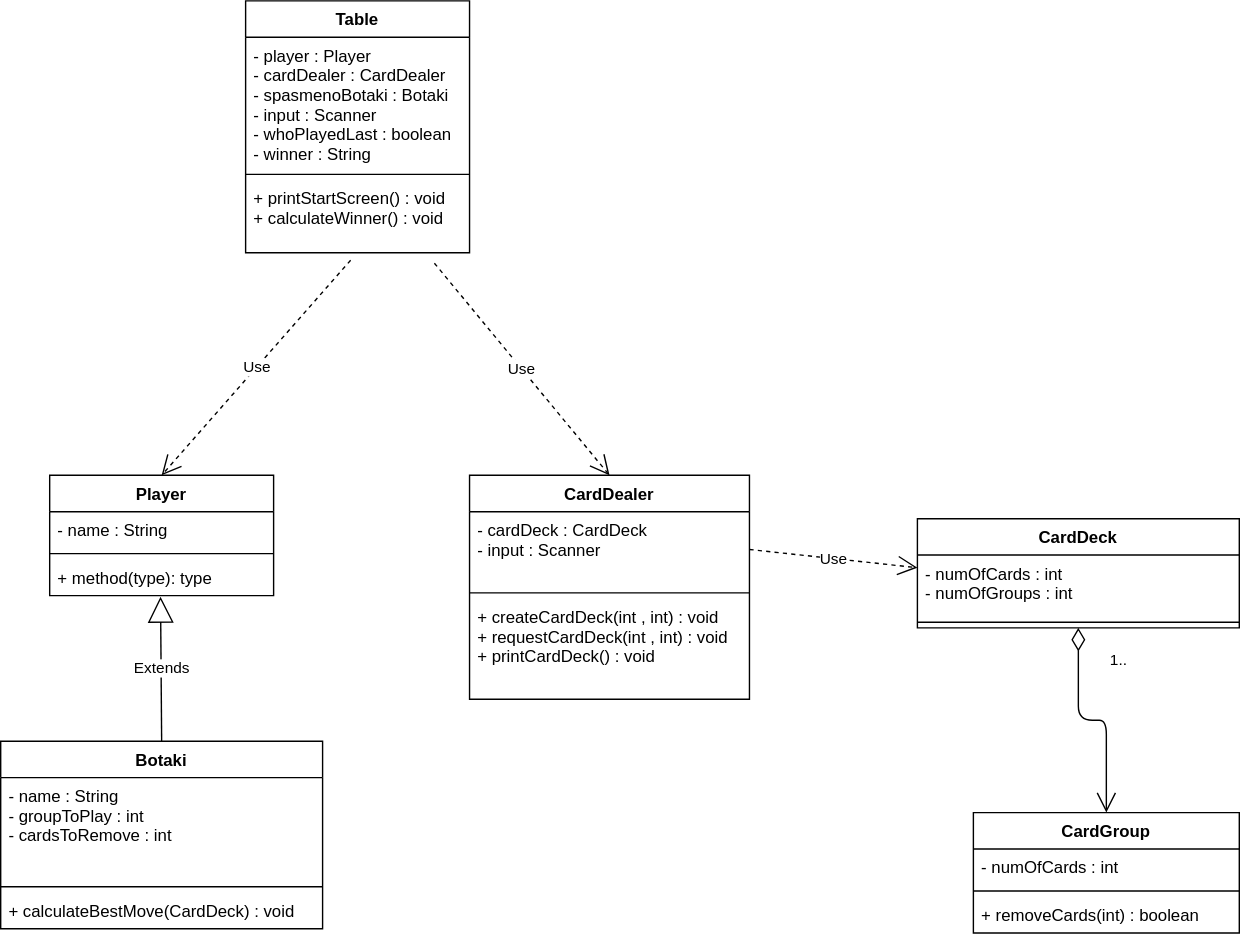
Earlier version of the draw.io export ask2/ask2.drawio.svg (philipAthanasopoulos/Card-io). Source tidied: cells renumbered, new cells last; positions are measured from the earlier drawing's top-left corner, leaving out a move shared by most shapes.
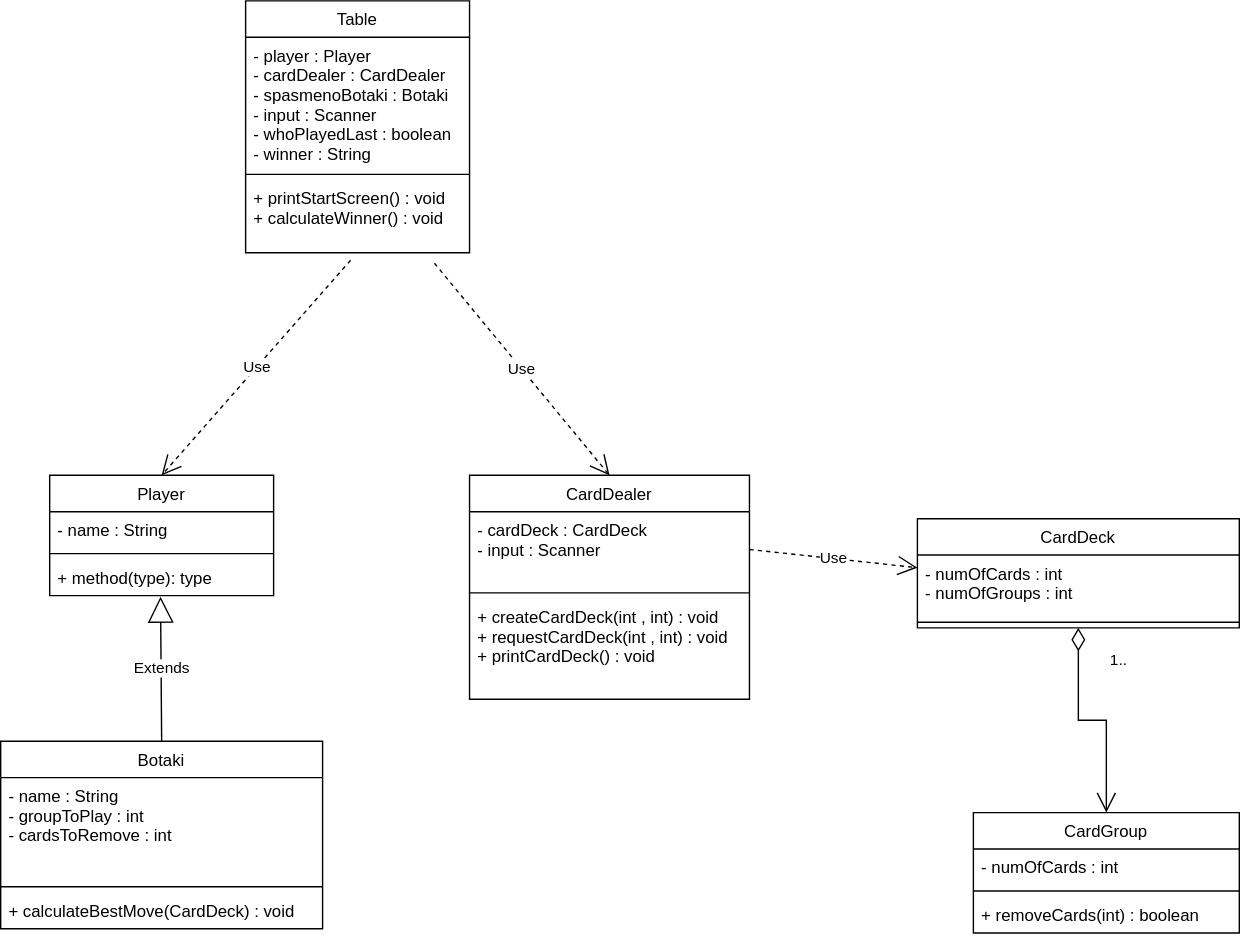
The same file after the commit.

The edit, as a diff of the source:
```diff
@@ -2,88 +2,88 @@
   <root>
     <mxCell id="0" />
     <mxCell id="1" parent="0" />
-    <mxCell id="2" value="Player" style="swimlane;fontStyle=1;align=center;verticalAlign=top;horizontal=1;startSize=26;" parent="1" vertex="1">
+    <mxCell id="2" value="Player" style="swimlane;fontStyle=0;align=center;verticalAlign=top;horizontal=1;startSize=26;rounded=0;" parent="1" vertex="1">
       <mxGeometry x="35" y="339" width="160" height="86" as="geometry" />
     </mxCell>
-    <mxCell id="3" value="- name : String" style="text;strokeColor=none;fillColor=none;align=left;verticalAlign=top;spacingLeft=4;spacingRight=4;overflow=hidden;" parent="2" vertex="1">
+    <mxCell id="3" value="- name : String" style="text;align=left;verticalAlign=top;spacingLeft=4;spacingRight=4;overflow=hidden;rounded=0;fontStyle=0;" parent="2" vertex="1">
       <mxGeometry y="26" width="160" height="26" as="geometry" />
     </mxCell>
-    <mxCell id="4" style="line;strokeWidth=1;fillColor=none;align=left;verticalAlign=middle;spacingTop=-1;spacingLeft=3;spacingRight=3;labelPosition=right;strokeColor=inherit;" parent="2" vertex="1">
+    <mxCell id="4" style="line;strokeWidth=1;align=left;verticalAlign=middle;spacingTop=-1;spacingLeft=3;spacingRight=3;labelPosition=right;rounded=0;fontStyle=0;" parent="2" vertex="1">
       <mxGeometry y="52" width="160" height="8" as="geometry" />
     </mxCell>
-    <mxCell id="5" value="+ method(type): type" style="text;strokeColor=none;fillColor=none;align=left;verticalAlign=top;spacingLeft=4;spacingRight=4;overflow=hidden;points=[[0,0.5],[1,0.5]];portConstraint=eastwest;" parent="2" vertex="1">
+    <mxCell id="5" value="+ method(type): type" style="text;align=left;verticalAlign=top;spacingLeft=4;spacingRight=4;overflow=hidden;points=[[0,0.5],[1,0.5]];portConstraint=eastwest;rounded=0;fontStyle=0;" parent="2" vertex="1">
       <mxGeometry y="60" width="160" height="26" as="geometry" />
     </mxCell>
-    <mxCell id="6" value="Botaki" style="swimlane;fontStyle=1;align=center;verticalAlign=top;horizontal=1;startSize=26;" parent="1" vertex="1">
+    <mxCell id="6" value="Botaki" style="swimlane;fontStyle=0;align=center;verticalAlign=top;horizontal=1;startSize=26;rounded=0;" parent="1" vertex="1">
       <mxGeometry y="529" width="230" height="134" as="geometry" />
     </mxCell>
-    <mxCell id="7" value="- name : String&#10;- groupToPlay : int&#10;- cardsToRemove : int" style="text;strokeColor=none;fillColor=none;align=left;verticalAlign=top;spacingLeft=4;spacingRight=4;overflow=hidden;" parent="6" vertex="1">
+    <mxCell id="7" value="- name : String&#10;- groupToPlay : int&#10;- cardsToRemove : int" style="text;align=left;verticalAlign=top;spacingLeft=4;spacingRight=4;overflow=hidden;rounded=0;fontStyle=0;" parent="6" vertex="1">
       <mxGeometry y="26" width="230" height="74" as="geometry" />
     </mxCell>
-    <mxCell id="8" style="line;strokeWidth=1;fillColor=none;align=left;verticalAlign=middle;spacingTop=-1;spacingLeft=3;spacingRight=3;labelPosition=right;strokeColor=inherit;" parent="6" vertex="1">
+    <mxCell id="8" style="line;strokeWidth=1;align=left;verticalAlign=middle;spacingTop=-1;spacingLeft=3;spacingRight=3;labelPosition=right;rounded=0;fontStyle=0;" parent="6" vertex="1">
       <mxGeometry y="100" width="230" height="8" as="geometry" />
     </mxCell>
-    <mxCell id="9" value="+ calculateBestMove(CardDeck) : void" style="text;strokeColor=none;fillColor=none;align=left;verticalAlign=top;spacingLeft=4;spacingRight=4;overflow=hidden;" parent="6" vertex="1">
+    <mxCell id="9" value="+ calculateBestMove(CardDeck) : void" style="text;align=left;verticalAlign=top;spacingLeft=4;spacingRight=4;overflow=hidden;rounded=0;fontStyle=0;" parent="6" vertex="1">
       <mxGeometry y="108" width="230" height="26" as="geometry" />
     </mxCell>
-    <mxCell id="10" value="Extends" style="endArrow=block;endSize=16;endFill=0;html=1;exitX=0.5;exitY=0;exitDx=0;exitDy=0;entryX=0.495;entryY=1.029;entryDx=0;entryDy=0;entryPerimeter=0;" parent="1" edge="1" source="6" target="5">
+    <mxCell id="10" value="Extends" style="endArrow=block;endSize=16;endFill=0;html=1;exitX=0.5;exitY=0;exitDx=0;exitDy=0;entryX=0.495;entryY=1.029;entryDx=0;entryDy=0;entryPerimeter=0;rounded=0;fontStyle=0;" parent="1" edge="1" source="6" target="5">
       <mxGeometry relative="1" as="geometry" />
     </mxCell>
-    <mxCell id="11" value="CardDealer" style="swimlane;fontStyle=1;align=center;verticalAlign=top;horizontal=1;startSize=26;" parent="1" vertex="1">
+    <mxCell id="11" value="CardDealer" style="swimlane;fontStyle=0;align=center;verticalAlign=top;horizontal=1;startSize=26;rounded=0;" parent="1" vertex="1">
       <mxGeometry x="335" y="339" width="200" height="160" as="geometry" />
     </mxCell>
-    <mxCell id="12" value="- cardDeck : CardDeck&#10;- input : Scanner" style="text;strokeColor=none;fillColor=none;align=left;verticalAlign=top;spacingLeft=4;spacingRight=4;overflow=hidden;points=[[0,0.5],[1,0.5]];portConstraint=eastwest;" parent="11" vertex="1">
+    <mxCell id="12" value="- cardDeck : CardDeck&#10;- input : Scanner" style="text;align=left;verticalAlign=top;spacingLeft=4;spacingRight=4;overflow=hidden;points=[[0,0.5],[1,0.5]];portConstraint=eastwest;rounded=0;fontStyle=0;" parent="11" vertex="1">
       <mxGeometry y="26" width="200" height="54" as="geometry" />
     </mxCell>
-    <mxCell id="13" style="line;strokeWidth=1;fillColor=none;align=left;verticalAlign=middle;spacingTop=-1;spacingLeft=3;spacingRight=3;labelPosition=right;strokeColor=inherit;" parent="11" vertex="1">
+    <mxCell id="13" style="line;strokeWidth=1;align=left;verticalAlign=middle;spacingTop=-1;spacingLeft=3;spacingRight=3;labelPosition=right;rounded=0;fontStyle=0;" parent="11" vertex="1">
       <mxGeometry y="80" width="200" height="8" as="geometry" />
     </mxCell>
-    <mxCell id="14" value="+ createCardDeck(int , int) : void&#10;+ requestCardDeck(int , int) : void&#10;+ printCardDeck() : void&#10;" style="text;strokeColor=none;fillColor=none;align=left;verticalAlign=top;spacingLeft=4;spacingRight=4;overflow=hidden;" parent="11" vertex="1">
+    <mxCell id="14" value="+ createCardDeck(int , int) : void&#10;+ requestCardDeck(int , int) : void&#10;+ printCardDeck() : void&#10;" style="text;align=left;verticalAlign=top;spacingLeft=4;spacingRight=4;overflow=hidden;rounded=0;fontStyle=0;" parent="11" vertex="1">
       <mxGeometry y="88" width="200" height="72" as="geometry" />
     </mxCell>
-    <mxCell id="15" value="CardDeck" style="swimlane;fontStyle=1;align=center;verticalAlign=top;horizontal=1;startSize=26;" parent="1" vertex="1">
+    <mxCell id="15" value="CardDeck" style="swimlane;fontStyle=0;align=center;verticalAlign=top;horizontal=1;startSize=26;rounded=0;" parent="1" vertex="1">
       <mxGeometry x="655" y="370" width="230" height="78" as="geometry" />
     </mxCell>
-    <mxCell id="16" value="- numOfCards : int&#10;- numOfGroups : int" style="text;strokeColor=none;fillColor=none;align=left;verticalAlign=top;spacingLeft=4;spacingRight=4;overflow=hidden;points=[[0,0.5],[1,0.5]];portConstraint=eastwest;" parent="15" vertex="1">
+    <mxCell id="16" value="- numOfCards : int&#10;- numOfGroups : int" style="text;align=left;verticalAlign=top;spacingLeft=4;spacingRight=4;overflow=hidden;points=[[0,0.5],[1,0.5]];portConstraint=eastwest;rounded=0;fontStyle=0;" parent="15" vertex="1">
       <mxGeometry y="26" width="230" height="44" as="geometry" />
     </mxCell>
-    <mxCell id="17" style="line;strokeWidth=1;fillColor=none;align=left;verticalAlign=middle;spacingTop=-1;spacingLeft=3;spacingRight=3;labelPosition=right;strokeColor=inherit;" parent="15" vertex="1">
+    <mxCell id="17" style="line;strokeWidth=1;align=left;verticalAlign=middle;spacingTop=-1;spacingLeft=3;spacingRight=3;labelPosition=right;rounded=0;fontStyle=0;" parent="15" vertex="1">
       <mxGeometry y="70" width="230" height="8" as="geometry" />
     </mxCell>
-    <mxCell id="18" value="CardGroup" style="swimlane;fontStyle=1;align=center;verticalAlign=top;horizontal=1;startSize=26;" parent="1" vertex="1">
+    <mxCell id="18" value="CardGroup" style="swimlane;fontStyle=0;align=center;verticalAlign=top;horizontal=1;startSize=26;rounded=0;" parent="1" vertex="1">
       <mxGeometry x="695" y="580" width="190" height="86" as="geometry" />
     </mxCell>
-    <mxCell id="19" value="- numOfCards : int" style="text;strokeColor=none;fillColor=none;align=left;verticalAlign=top;spacingLeft=4;spacingRight=4;overflow=hidden;" parent="18" vertex="1">
+    <mxCell id="19" value="- numOfCards : int" style="text;align=left;verticalAlign=top;spacingLeft=4;spacingRight=4;overflow=hidden;rounded=0;fontStyle=0;" parent="18" vertex="1">
       <mxGeometry y="26" width="190" height="26" as="geometry" />
     </mxCell>
-    <mxCell id="20" style="line;strokeWidth=1;fillColor=none;align=left;verticalAlign=middle;spacingTop=-1;spacingLeft=3;spacingRight=3;labelPosition=right;strokeColor=inherit;" parent="18" vertex="1">
+    <mxCell id="20" style="line;strokeWidth=1;align=left;verticalAlign=middle;spacingTop=-1;spacingLeft=3;spacingRight=3;labelPosition=right;rounded=0;fontStyle=0;" parent="18" vertex="1">
       <mxGeometry y="52" width="190" height="8" as="geometry" />
     </mxCell>
-    <mxCell id="21" value="+ removeCards(int) : boolean" style="text;strokeColor=none;fillColor=none;align=left;verticalAlign=top;spacingLeft=4;spacingRight=4;overflow=hidden;" parent="18" vertex="1">
+    <mxCell id="21" value="+ removeCards(int) : boolean" style="text;align=left;verticalAlign=top;spacingLeft=4;spacingRight=4;overflow=hidden;rounded=0;fontStyle=0;" parent="18" vertex="1">
       <mxGeometry y="60" width="190" height="26" as="geometry" />
     </mxCell>
-    <mxCell id="22" value="1.." style="endArrow=open;html=1;endSize=12;startArrow=diamondThin;startSize=14;startFill=0;edgeStyle=orthogonalEdgeStyle;align=left;verticalAlign=bottom;entryX=0.5;entryY=0;entryDx=0;entryDy=0;exitX=0.5;exitY=1;exitDx=0;exitDy=0;" parent="1" edge="1" source="15" target="18">
+    <mxCell id="22" value="1.." style="endArrow=open;html=1;endSize=12;startArrow=diamondThin;startSize=14;startFill=0;edgeStyle=orthogonalEdgeStyle;align=left;verticalAlign=bottom;entryX=0.5;entryY=0;entryDx=0;entryDy=0;exitX=0.5;exitY=1;exitDx=0;exitDy=0;rounded=0;fontStyle=0;" parent="1" edge="1" source="15" target="18">
       <mxGeometry x="-0.57" y="21" relative="1" as="geometry" />
     </mxCell>
-    <mxCell id="23" value="Use" style="endArrow=open;endSize=12;dashed=1;html=1;exitX=1;exitY=0.5;exitDx=0;exitDy=0;entryX=0;entryY=0.205;entryDx=0;entryDy=0;entryPerimeter=0;" parent="1" edge="1" source="12" target="16">
+    <mxCell id="23" value="Use" style="endArrow=open;endSize=12;dashed=1;html=1;exitX=1;exitY=0.5;exitDx=0;exitDy=0;entryX=0;entryY=0.205;entryDx=0;entryDy=0;entryPerimeter=0;rounded=0;fontStyle=0;" parent="1" edge="1" source="12" target="16">
       <mxGeometry relative="1" as="geometry" />
     </mxCell>
-    <mxCell id="24" value="Table" style="swimlane;fontStyle=1;align=center;verticalAlign=top;horizontal=1;startSize=26;" parent="1" vertex="1">
+    <mxCell id="24" value="Table" style="swimlane;fontStyle=0;align=center;verticalAlign=top;horizontal=1;startSize=26;rounded=0;" parent="1" vertex="1">
       <mxGeometry x="175" width="160" height="180" as="geometry" />
     </mxCell>
-    <mxCell id="25" value="- player : Player&#10;- cardDealer : CardDealer&#10;- spasmenoBotaki : Botaki&#10;- input : Scanner&#10;- whoPlayedLast : boolean&#10;- winner : String&#10;" style="text;strokeColor=none;fillColor=none;align=left;verticalAlign=top;spacingLeft=4;spacingRight=4;overflow=hidden;" parent="24" vertex="1">
+    <mxCell id="25" value="- player : Player&#10;- cardDealer : CardDealer&#10;- spasmenoBotaki : Botaki&#10;- input : Scanner&#10;- whoPlayedLast : boolean&#10;- winner : String&#10;" style="text;align=left;verticalAlign=top;spacingLeft=4;spacingRight=4;overflow=hidden;rounded=0;fontStyle=0;" parent="24" vertex="1">
       <mxGeometry y="26" width="160" height="94" as="geometry" />
     </mxCell>
-    <mxCell id="26" style="line;strokeWidth=1;fillColor=none;align=left;verticalAlign=middle;spacingTop=-1;spacingLeft=3;spacingRight=3;labelPosition=right;strokeColor=inherit;" parent="24" vertex="1">
+    <mxCell id="26" style="line;strokeWidth=1;align=left;verticalAlign=middle;spacingTop=-1;spacingLeft=3;spacingRight=3;labelPosition=right;rounded=0;fontStyle=0;" parent="24" vertex="1">
       <mxGeometry y="120" width="160" height="8" as="geometry" />
     </mxCell>
-    <mxCell id="27" value="+ printStartScreen() : void&#10;+ calculateWinner() : void&#10;" style="text;strokeColor=none;fillColor=none;align=left;verticalAlign=top;spacingLeft=4;spacingRight=4;overflow=hidden;points=[[0,0.5],[1,0.5]];portConstraint=eastwest;" parent="24" vertex="1">
+    <mxCell id="27" value="+ printStartScreen() : void&#10;+ calculateWinner() : void&#10;" style="text;align=left;verticalAlign=top;spacingLeft=4;spacingRight=4;overflow=hidden;points=[[0,0.5],[1,0.5]];portConstraint=eastwest;rounded=0;fontStyle=0;" parent="24" vertex="1">
       <mxGeometry y="128" width="160" height="52" as="geometry" />
     </mxCell>
-    <mxCell id="28" value="Use" style="endArrow=open;endSize=12;dashed=1;html=1;exitX=0.469;exitY=1.102;exitDx=0;exitDy=0;exitPerimeter=0;entryX=0.5;entryY=0;entryDx=0;entryDy=0;" parent="1" edge="1" source="27" target="2">
+    <mxCell id="28" value="Use" style="endArrow=open;endSize=12;dashed=1;html=1;exitX=0.469;exitY=1.102;exitDx=0;exitDy=0;exitPerimeter=0;entryX=0.5;entryY=0;entryDx=0;entryDy=0;rounded=0;fontStyle=0;" parent="1" edge="1" source="27" target="2">
       <mxGeometry relative="1" as="geometry" />
     </mxCell>
-    <mxCell id="29" value="Use" style="endArrow=open;endSize=12;dashed=1;html=1;exitX=0.843;exitY=1.143;exitDx=0;exitDy=0;exitPerimeter=0;entryX=0.5;entryY=0;entryDx=0;entryDy=0;" parent="1" edge="1" source="27" target="11">
+    <mxCell id="29" value="Use" style="endArrow=open;endSize=12;dashed=1;html=1;exitX=0.843;exitY=1.143;exitDx=0;exitDy=0;exitPerimeter=0;entryX=0.5;entryY=0;entryDx=0;entryDy=0;rounded=0;fontStyle=0;" parent="1" edge="1" source="27" target="11">
       <mxGeometry relative="1" as="geometry" />
     </mxCell>
   </root>
```
